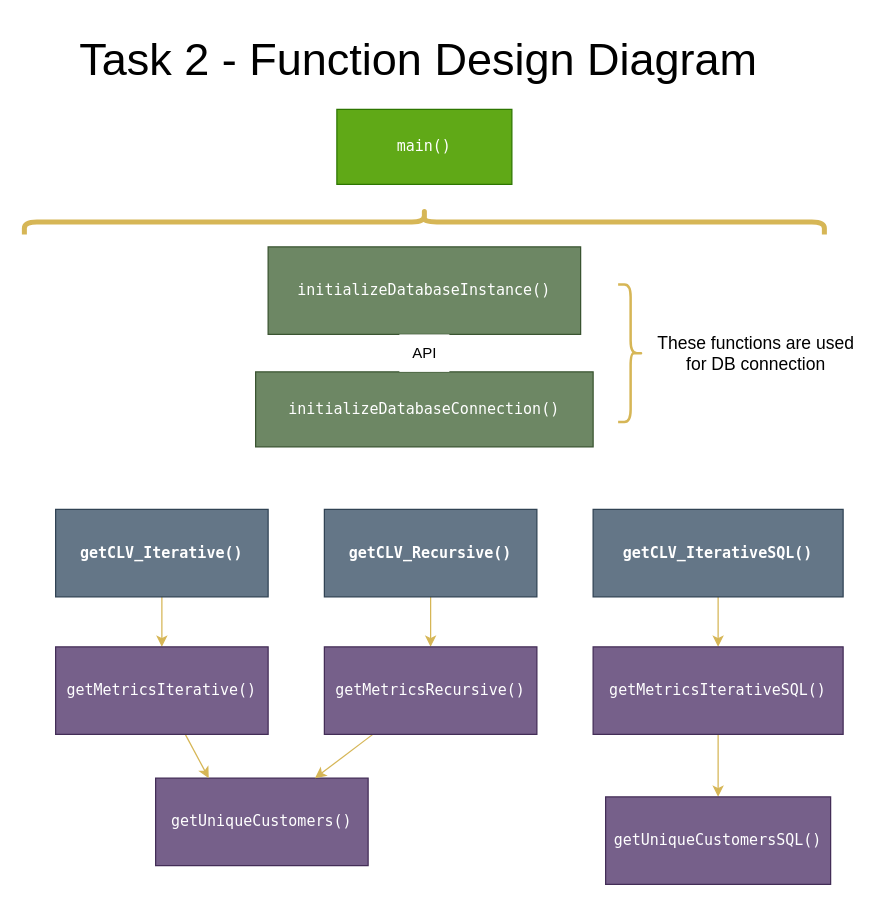
This is Task 2/Task2_Functions.drawio from Musiik-fn/622-Final-Project, a draw.io file, before an edit. Source tidied: cells renumbered, new cells numbered last; positions are measured from the earlier drawing's top-left corner, leaving out a move shared by most shapes. Both pictures are drawn from the tidied source at 125%, with x=0, y=0 at pixel (55, -179).
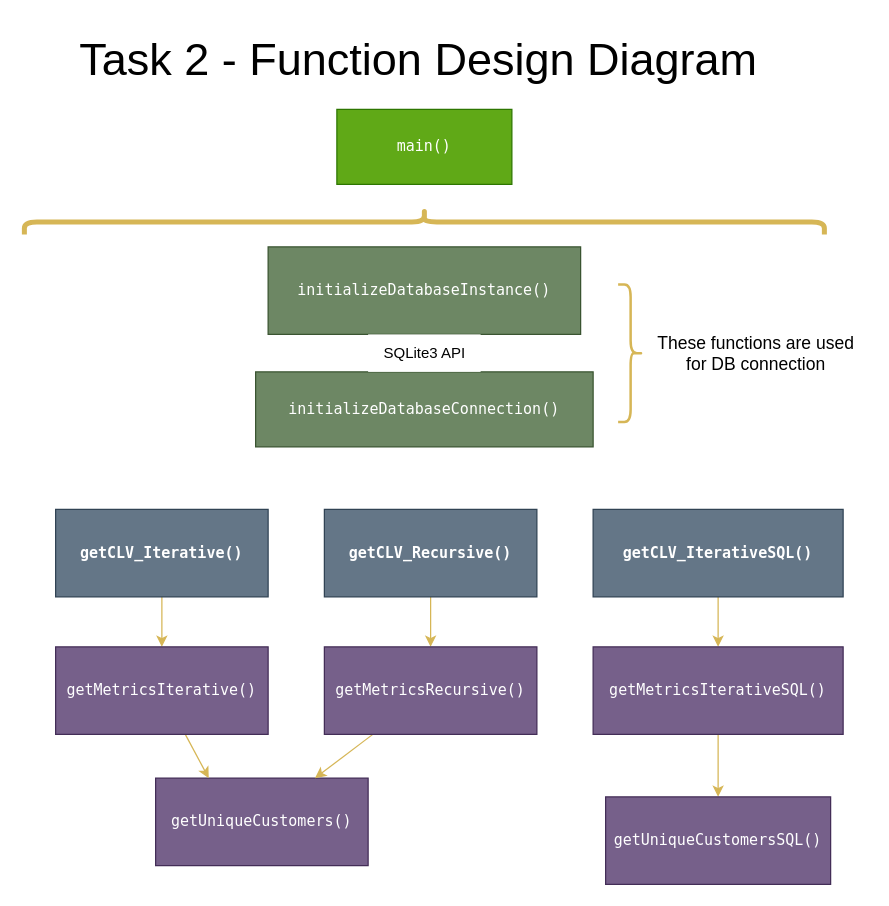
The same page after the edit.

Commit message (it also covers changes not shown here):
mintor figure changes.

The edit, as a diff of the source:
```diff
@@
-    <mxCell id="13" value="API" style="text;html=1;align=center;verticalAlign=middle;points=[];strokeColor=none;fillColor=default;" parent="1" vertex="1">
-      <mxGeometry x="275" y="410" width="40" height="30" as="geometry" />
+    <mxCell id="13" value="SQLite3 API" style="text;html=1;align=center;verticalAlign=middle;points=[];strokeColor=none;fillColor=default;" parent="1" vertex="1">
+      <mxGeometry x="250" y="410" width="90" height="30" as="geometry" />
     </mxCell>
```
